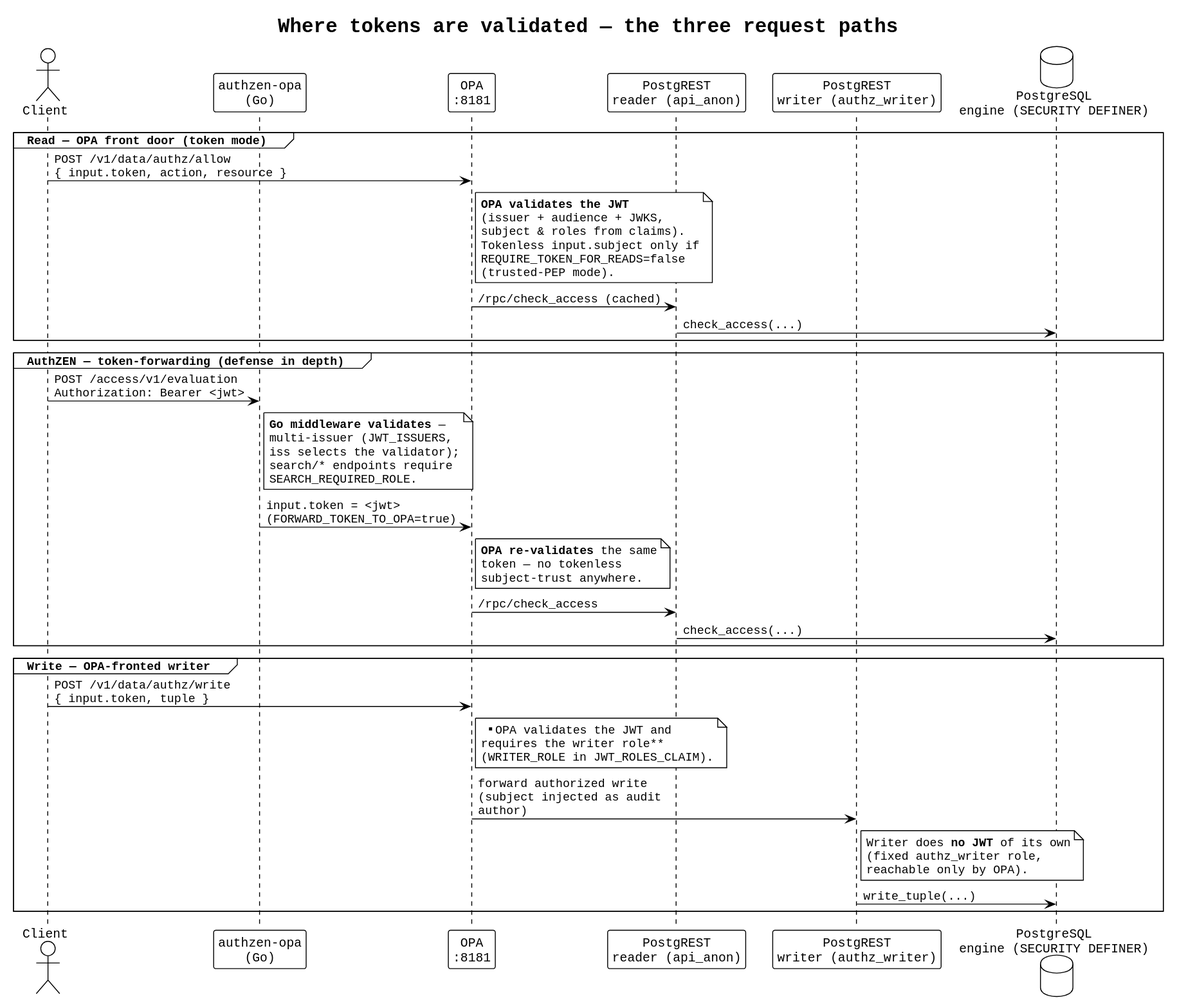
Above: docs/architecture-token-flow.svg in thomasdarimont/pgauthz (PlantUML), before the change. Source of this version:
```plantuml
@startuml
!theme plain
skinparam backgroundColor white
skinparam defaultFontName monospaced
skinparam sequenceMessageAlign left
skinparam maxMessageSize 260

title Where tokens are validated — the three request paths

actor "Client" as app
participant "authzen-opa\n(Go)" as az
participant "OPA\n:8181" as opa
participant "PostgREST\nreader (api_anon)" as pgrst
participant "PostgREST\nwriter (authz_writer)" as pgw
database "PostgreSQL\nengine (SECURITY DEFINER)" as pg

group Read — OPA front door (token mode)
  app -> opa : POST /v1/data/authz/allow\n{ input.token, action, resource }
  note right of opa
    **OPA validates the JWT**
    (issuer + audience + JWKS,
    subject & roles from claims).
    Tokenless input.subject only if
    REQUIRE_TOKEN_FOR_READS=false
    (trusted-PEP mode).
  end note
  opa -> pgrst : /rpc/check_access (cached)
  pgrst -> pg : check_access(...)
end

group AuthZEN — token-forwarding (defense in depth)
  app -> az : POST /access/v1/evaluation\nAuthorization: Bearer <jwt>
  note right of az
    **Go middleware validates** —
    multi-issuer (JWT_ISSUERS,
    iss selects the validator);
    search/* endpoints require
    SEARCH_REQUIRED_ROLE.
  end note
  az -> opa : input.token = <jwt>\n(FORWARD_TOKEN_TO_OPA=true)
  note right of opa
    **OPA re-validates** the same
    token — no tokenless
    subject-trust anywhere.
  end note
  opa -> pgrst : /rpc/check_access
  pgrst -> pg : check_access(...)
end

group Write — OPA-fronted writer
  app -> opa : POST /v1/data/authz/write\n{ input.token, tuple }
  note right of opa
    **OPA validates the JWT and
    requires the writer role**
    (WRITER_ROLE in JWT_ROLES_CLAIM).
  end note
  opa -> pgw : forward authorized write\n(subject injected as audit author)
  note right of pgw
    Writer does **no JWT** of its own
    (fixed authz_writer role,
    reachable only by OPA).
  end note
  pgw -> pg : write_tuple(...)
end
@enduml
```
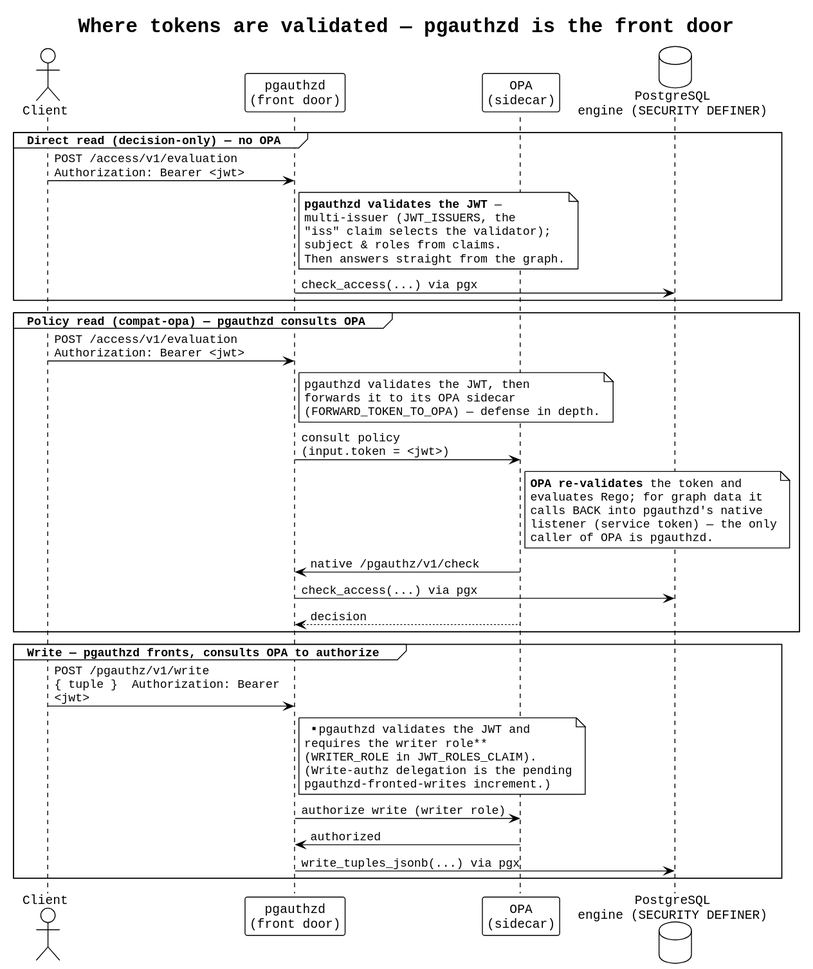
The same file after the commit.

What changed in the source:
```diff
@@ -5,61 +5,56 @@
 skinparam sequenceMessageAlign left
 skinparam maxMessageSize 260
 
-title Where tokens are validated — the three request paths
+title Where tokens are validated — pgauthzd is the front door
 
 actor "Client" as app
-participant "authzen-opa\n(Go)" as az
-participant "OPA\n:8181" as opa
-participant "PostgREST\nreader (api_anon)" as pgrst
-participant "PostgREST\nwriter (authz_writer)" as pgw
+participant "pgauthzd\n(front door)" as pgd
+participant "OPA\n(sidecar)" as opa
 database "PostgreSQL\nengine (SECURITY DEFINER)" as pg
 
-group Read — OPA front door (token mode)
-  app -> opa : POST /v1/data/authz/allow\n{ input.token, action, resource }
-  note right of opa
-    **OPA validates the JWT**
-    (issuer + audience + JWKS,
-    subject & roles from claims).
-    Tokenless input.subject only if
-    REQUIRE_TOKEN_FOR_READS=false
-    (trusted-PEP mode).
+group Direct read (decision-only) — no OPA
+  app -> pgd : POST /access/v1/evaluation\nAuthorization: Bearer <jwt>
+  note right of pgd
+    **pgauthzd validates the JWT** —
+    multi-issuer (JWT_ISSUERS, the
+    "iss" claim selects the validator);
+    subject & roles from claims.
+    Then answers straight from the graph.
   end note
-  opa -> pgrst : /rpc/check_access (cached)
-  pgrst -> pg : check_access(...)
+  pgd -> pg : check_access(...) via pgx
 end
 
-group AuthZEN — token-forwarding (defense in depth)
-  app -> az : POST /access/v1/evaluation\nAuthorization: Bearer <jwt>
-  note right of az
-    **Go middleware validates** —
-    multi-issuer (JWT_ISSUERS,
-    iss selects the validator);
-    search/* endpoints require
-    SEARCH_REQUIRED_ROLE.
+group Policy read (compat-opa) — pgauthzd consults OPA
+  app -> pgd : POST /access/v1/evaluation\nAuthorization: Bearer <jwt>
+  note right of pgd
+    pgauthzd validates the JWT, then
+    forwards it to its OPA sidecar
+    (FORWARD_TOKEN_TO_OPA) — defense in depth.
   end note
-  az -> opa : input.token = <jwt>\n(FORWARD_TOKEN_TO_OPA=true)
+  pgd -> opa : consult policy\n(input.token = <jwt>)
   note right of opa
-    **OPA re-validates** the same
-    token — no tokenless
-    subject-trust anywhere.
+    **OPA re-validates** the token and
+    evaluates Rego; for graph data it
+    calls BACK into pgauthzd's native
+    listener (service token) — the only
+    caller of OPA is pgauthzd.
   end note
-  opa -> pgrst : /rpc/check_access
-  pgrst -> pg : check_access(...)
+  opa -> pgd : native /pgauthz/v1/check
+  pgd -> pg : check_access(...) via pgx
+  opa --> pgd : decision
 end
 
-group Write — OPA-fronted writer
-  app -> opa : POST /v1/data/authz/write\n{ input.token, tuple }
-  note right of opa
-    **OPA validates the JWT and
+group Write — pgauthzd fronts, consults OPA to authorize
+  app -> pgd : POST /pgauthz/v1/write\n{ tuple }  Authorization: Bearer <jwt>
+  note right of pgd
+    **pgauthzd validates the JWT and
     requires the writer role**
     (WRITER_ROLE in JWT_ROLES_CLAIM).
+    (Write-authz delegation is the pending
+    pgauthzd-fronted-writes increment.)
   end note
-  opa -> pgw : forward authorized write\n(subject injected as audit author)
-  note right of pgw
-    Writer does **no JWT** of its own
-    (fixed authz_writer role,
-    reachable only by OPA).
-  end note
-  pgw -> pg : write_tuple(...)
+  pgd -> opa : authorize write (writer role)
+  opa -> pgd : authorized
+  pgd -> pg : write_tuples_jsonb(...) via pgx
 end
 @enduml
```
